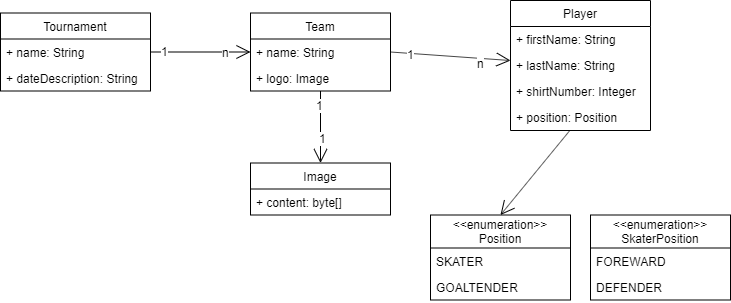
The draw.io diagram documentation/ysg-manager_class-diagram.png in lukas99/ysg-manager, before a commit. Source tidied: cells renumbered, new cells last; positions are measured from the earlier drawing's top-left corner, leaving out a move shared by most shapes.
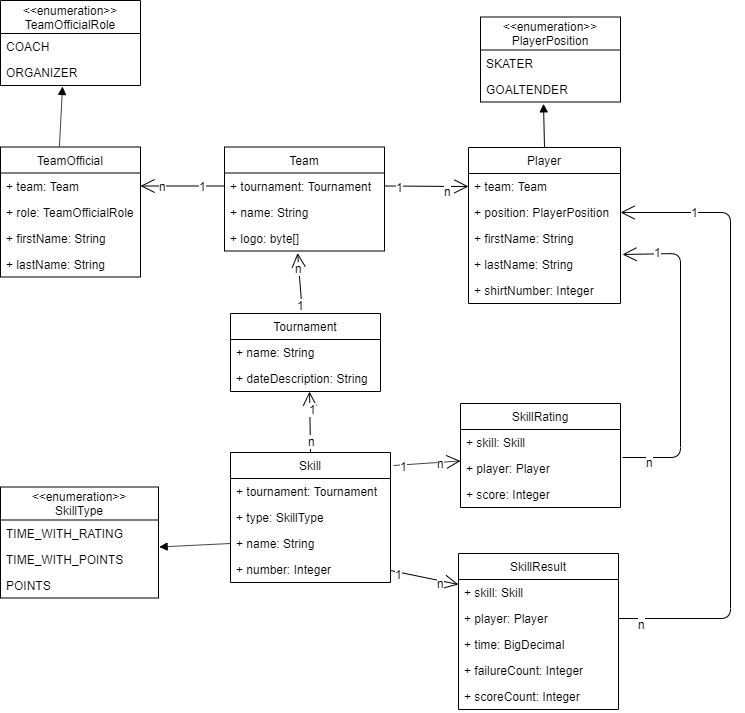
The same diagram one commit later.

Commit message:
skill types added to class diagram

What changed in the source:
```diff
@@ -3,7 +3,7 @@
     <mxCell id="0" />
     <mxCell id="1" parent="0" />
     <mxCell id="2" value="Tournament" style="swimlane;fontStyle=0;horizontal=1;startSize=26;fillColor=none;" parent="1" vertex="1">
-      <mxGeometry y="12.5" width="150" height="78" as="geometry" />
+      <mxGeometry x="270" y="343" width="150" height="78" as="geometry" />
     </mxCell>
     <mxCell id="3" value="+ name: String" style="text;strokeColor=none;fillColor=none;align=left;verticalAlign=top;spacingLeft=4;spacingRight=4;overflow=hidden;" parent="2" vertex="1">
       <mxGeometry y="26" width="150" height="26" as="geometry" />
@@ -12,36 +12,36 @@
       <mxGeometry y="52" width="150" height="26" as="geometry" />
     </mxCell>
     <mxCell id="5" value="Team" style="swimlane;fontStyle=0;horizontal=1;startSize=26;fillColor=none;" parent="1" vertex="1">
-      <mxGeometry x="250" y="12.5" width="140" height="78" as="geometry" />
+      <mxGeometry x="264" y="176.5" width="160" height="104" as="geometry" />
     </mxCell>
-    <mxCell id="6" value="+ name: String" style="text;strokeColor=none;fillColor=none;align=left;verticalAlign=top;spacingLeft=4;spacingRight=4;overflow=hidden;points=[[0,0.5],[1,0.5]];portConstraint=eastwest;" parent="5" vertex="1">
-      <mxGeometry y="26" width="140" height="26" as="geometry" />
+    <mxCell id="6" value="+ tournament: Tournament" style="text;strokeColor=none;fillColor=none;align=left;verticalAlign=top;spacingLeft=4;spacingRight=4;overflow=hidden;points=[[0,0.5],[1,0.5]];portConstraint=eastwest;" parent="5" vertex="1">
+      <mxGeometry y="26" width="160" height="26" as="geometry" />
     </mxCell>
+    <mxCell id="31" value="+ name: String" style="text;strokeColor=none;fillColor=none;align=left;verticalAlign=top;spacingLeft=4;spacingRight=4;overflow=hidden;" parent="5" vertex="1">
+      <mxGeometry y="52" width="160" height="26" as="geometry" />
+    </mxCell>
-    <mxCell id="7" value="+ logo: Image" style="text;strokeColor=none;fillColor=none;align=left;verticalAlign=top;spacingLeft=4;spacingRight=4;overflow=hidden;points=[[0,0.5],[1,0.5]];portConstraint=eastwest;" parent="5" vertex="1">
-      <mxGeometry y="52" width="140" height="26" as="geometry" />
+    <mxCell id="7" value="+ logo: byte[]" style="text;strokeColor=none;fillColor=none;align=left;verticalAlign=top;spacingLeft=4;spacingRight=4;overflow=hidden;points=[[0,0.5],[1,0.5]];portConstraint=eastwest;" parent="5" vertex="1">
+      <mxGeometry y="78" width="160" height="26" as="geometry" />
     </mxCell>
     <mxCell id="8" value="Player" style="swimlane;fontStyle=0;horizontal=1;startSize=26;fillColor=none;" parent="1" vertex="1">
-      <mxGeometry x="510" width="140" height="130" as="geometry" />
+      <mxGeometry x="508" y="177" width="152" height="156" as="geometry" />
     </mxCell>
-    <mxCell id="9" value="+ firstName: String" style="text;strokeColor=none;fillColor=none;align=left;verticalAlign=top;spacingLeft=4;spacingRight=4;overflow=hidden;points=[[0,0.5],[1,0.5]];portConstraint=eastwest;" parent="8" vertex="1">
-      <mxGeometry y="26" width="140" height="26" as="geometry" />
+    <mxCell id="9" value="+ team: Team" style="text;strokeColor=none;fillColor=none;align=left;verticalAlign=top;spacingLeft=4;spacingRight=4;overflow=hidden;points=[[0,0.5],[1,0.5]];portConstraint=eastwest;" parent="8" vertex="1">
+      <mxGeometry y="26" width="152" height="26" as="geometry" />
     </mxCell>
+    <mxCell id="32" value="+ position: PlayerPosition" style="text;strokeColor=none;fillColor=none;align=left;verticalAlign=top;spacingLeft=4;spacingRight=4;overflow=hidden;points=[[0,0.5],[1,0.5]];portConstraint=eastwest;" parent="8" vertex="1">
+      <mxGeometry y="52" width="152" height="26" as="geometry" />
+    </mxCell>
+    <mxCell id="33" value="+ firstName: String" style="text;strokeColor=none;fillColor=none;align=left;verticalAlign=top;spacingLeft=4;spacingRight=4;overflow=hidden;" parent="8" vertex="1">
+      <mxGeometry y="78" width="152" height="26" as="geometry" />
+    </mxCell>
     <mxCell id="10" value="+ lastName: String" style="text;strokeColor=none;fillColor=none;align=left;verticalAlign=top;spacingLeft=4;spacingRight=4;overflow=hidden;points=[[0,0.5],[1,0.5]];portConstraint=eastwest;" parent="8" vertex="1">
-      <mxGeometry y="52" width="140" height="26" as="geometry" />
+      <mxGeometry y="104" width="152" height="26" as="geometry" />
     </mxCell>
     <mxCell id="11" value="+ shirtNumber: Integer" style="text;strokeColor=none;fillColor=none;align=left;verticalAlign=top;spacingLeft=4;spacingRight=4;overflow=hidden;" parent="8" vertex="1">
-      <mxGeometry y="78" width="140" height="26" as="geometry" />
+      <mxGeometry y="130" width="152" height="26" as="geometry" />
     </mxCell>
-    <mxCell id="12" value="+ position: Position" style="text;strokeColor=none;fillColor=none;align=left;verticalAlign=top;spacingLeft=4;spacingRight=4;overflow=hidden;points=[[0,0.5],[1,0.5]];portConstraint=eastwest;" parent="8" vertex="1">
-      <mxGeometry y="104" width="140" height="26" as="geometry" />
-    </mxCell>
-    <mxCell id="13" value="Image" style="swimlane;fontStyle=0;horizontal=1;startSize=26;fillColor=none;" parent="1" vertex="1">
-      <mxGeometry x="250" y="162.5" width="140" height="52" as="geometry" />
-    </mxCell>
-    <mxCell id="14" value="+ content: byte[]" style="text;strokeColor=none;fillColor=none;align=left;verticalAlign=top;spacingLeft=4;spacingRight=4;overflow=hidden;" parent="13" vertex="1">
-      <mxGeometry y="26" width="140" height="26" as="geometry" />
-    </mxCell>
-    <mxCell id="15" style="endArrow=open;endFill=1;endSize=12;html=1;entryX=0;entryY=0.5;entryDx=0;entryDy=0;" parent="1" edge="1" source="2" target="6">
+    <mxCell id="15" style="endArrow=open;endFill=1;endSize=12;html=1;entryX=0.457;entryY=1.077;entryDx=0;entryDy=0;entryPerimeter=0;" parent="1" edge="1" source="2" target="7">
       <mxGeometry relative="1" as="geometry" />
     </mxCell>
     <mxCell id="16" value="n" style="text;html=1;align=center;verticalAlign=middle;labelBackgroundColor=#ffffff;" parent="15" vertex="1">
@@ -50,7 +50,7 @@
     <mxCell id="17" value="1" style="text;html=1;align=center;verticalAlign=middle;labelBackgroundColor=#ffffff;" parent="15" vertex="1">
       <mxGeometry x="-0.72" y="1" relative="1" as="geometry" />
     </mxCell>
-    <mxCell id="18" style="endArrow=open;endFill=1;endSize=12;html=1;exitX=1;exitY=0.5;exitDx=0;exitDy=0;" parent="1" edge="1" source="6" target="8">
+    <mxCell id="18" style="endArrow=open;endFill=1;endSize=12;html=1;exitX=1;exitY=0.5;exitDx=0;exitDy=0;entryX=0;entryY=0.5;entryDx=0;entryDy=0;" parent="1" edge="1" source="6" target="9">
       <mxGeometry relative="1" as="geometry" />
     </mxCell>
     <mxCell id="19" value="1" style="text;html=1;align=center;verticalAlign=middle;labelBackgroundColor=#ffffff;" parent="18" vertex="1">
@@ -63,19 +63,8 @@
         <mxPoint x="1.5" y="4" as="offset" />
       </mxGeometry>
     </mxCell>
-    <mxCell id="21" style="endArrow=open;endFill=1;endSize=12;html=1;entryX=0.5;entryY=0;entryDx=0;entryDy=0;" parent="1" edge="1" source="5" target="13">
-      <mxGeometry relative="1" as="geometry" />
-    </mxCell>
-    <mxCell id="22" value="1" style="text;html=1;align=center;verticalAlign=middle;labelBackgroundColor=#ffffff;" parent="21" vertex="1">
-      <mxGeometry x="-0.61" y="-1" relative="1" as="geometry" />
-    </mxCell>
-    <mxCell id="23" value="1" style="text;html=1;align=center;verticalAlign=middle;labelBackgroundColor=#ffffff;" parent="21" vertex="1">
-      <mxGeometry x="0.44" y="2" relative="1" as="geometry">
-        <mxPoint y="-5" as="offset" />
-      </mxGeometry>
-    </mxCell>
-    <mxCell id="24" value="&lt;&lt;enumeration&gt;&gt;&#10;Position" style="swimlane;fontStyle=0;horizontal=1;startSize=33;fillColor=none;" parent="1" vertex="1">
-      <mxGeometry x="430" y="214.5" width="140" height="85" as="geometry" />
+    <mxCell id="24" value="&lt;&lt;enumeration&gt;&gt;&#10;PlayerPosition" style="swimlane;fontStyle=0;horizontal=1;startSize=33;fillColor=none;" parent="1" vertex="1">
+      <mxGeometry x="520" y="46.5" width="140" height="85" as="geometry" />
     </mxCell>
     <mxCell id="25" value="SKATER" style="text;strokeColor=none;fillColor=none;align=left;verticalAlign=top;spacingLeft=4;spacingRight=4;overflow=hidden;" parent="24" vertex="1">
       <mxGeometry y="33" width="140" height="26" as="geometry" />
@@ -83,17 +72,167 @@
     <mxCell id="26" value="GOALTENDER" style="text;strokeColor=none;fillColor=none;align=left;verticalAlign=top;spacingLeft=4;spacingRight=4;overflow=hidden;points=[[0,0.5],[1,0.5]];portConstraint=eastwest;" parent="24" vertex="1">
       <mxGeometry y="59" width="140" height="26" as="geometry" />
     </mxCell>
-    <mxCell id="27" value="&lt;&lt;enumeration&gt;&gt;&#10;SkaterPosition" style="swimlane;fontStyle=0;horizontal=1;startSize=33;fillColor=none;" parent="1" vertex="1">
-      <mxGeometry x="590" y="214.5" width="140" height="85" as="geometry" />
-    </mxCell>
-    <mxCell id="28" value="FOREWARD" style="text;strokeColor=none;fillColor=none;align=left;verticalAlign=top;spacingLeft=4;spacingRight=4;overflow=hidden;" parent="27" vertex="1">
-      <mxGeometry y="33" width="140" height="26" as="geometry" />
-    </mxCell>
-    <mxCell id="29" value="DEFENDER" style="text;strokeColor=none;fillColor=none;align=left;verticalAlign=top;spacingLeft=4;spacingRight=4;overflow=hidden;" parent="27" vertex="1">
-      <mxGeometry y="59" width="140" height="26" as="geometry" />
-    </mxCell>
-    <mxCell id="30" style="endArrow=open;endFill=1;endSize=12;html=1;entryX=0.5;entryY=0;entryDx=0;entryDy=0;" parent="1" edge="1" source="12" target="24">
-      <mxGeometry relative="1" as="geometry" />
-    </mxCell>
+    <mxCell id="34" value="Skill" style="swimlane;fontStyle=0;horizontal=1;startSize=26;fillColor=none;" parent="1" vertex="1">
+      <mxGeometry x="270" y="482" width="160" height="130" as="geometry" />
+    </mxCell>
+    <mxCell id="35" value="+ tournament: Tournament" style="text;strokeColor=none;fillColor=none;align=left;verticalAlign=top;spacingLeft=4;spacingRight=4;overflow=hidden;" parent="34" vertex="1">
+      <mxGeometry y="26" width="160" height="26" as="geometry" />
+    </mxCell>
+    <mxCell id="36" value="+ type: SkillType" style="text;strokeColor=none;fillColor=none;align=left;verticalAlign=top;spacingLeft=4;spacingRight=4;overflow=hidden;" parent="34" vertex="1">
+      <mxGeometry y="52" width="160" height="26" as="geometry" />
+    </mxCell>
+    <mxCell id="37" value="+ name: String" style="text;strokeColor=none;fillColor=none;align=left;verticalAlign=top;spacingLeft=4;spacingRight=4;overflow=hidden;points=[[0,0.5],[1,0.5]];portConstraint=eastwest;" parent="34" vertex="1">
+      <mxGeometry y="78" width="160" height="26" as="geometry" />
+    </mxCell>
+    <mxCell id="38" value="+ number: Integer" style="text;strokeColor=none;fillColor=none;align=left;verticalAlign=top;spacingLeft=4;spacingRight=4;overflow=hidden;" parent="34" vertex="1">
+      <mxGeometry y="104" width="160" height="26" as="geometry" />
+    </mxCell>
+    <mxCell id="39" style="endArrow=open;endFill=1;endSize=12;html=1;exitX=0.5;exitY=0;exitDx=0;exitDy=0;entryX=0.527;entryY=1;entryDx=0;entryDy=0;entryPerimeter=0;" parent="1" edge="1" source="34" target="4">
+      <mxGeometry relative="1" as="geometry" />
+    </mxCell>
+    <mxCell id="40" value="1" style="text;html=1;align=center;verticalAlign=middle;labelBackgroundColor=#ffffff;" parent="39" vertex="1">
+      <mxGeometry x="0.41" y="-3" relative="1" as="geometry" />
+    </mxCell>
+    <mxCell id="41" value="n" style="text;html=1;align=center;verticalAlign=middle;labelBackgroundColor=#ffffff;" parent="39" vertex="1">
+      <mxGeometry x="-0.64" y="-1" relative="1" as="geometry" />
+    </mxCell>
+    <mxCell id="42" value="&lt;&lt;enumeration&gt;&gt;&#10;SkillType" style="swimlane;fontStyle=0;horizontal=1;startSize=33;fillColor=none;" parent="1" vertex="1">
+      <mxGeometry x="40" y="516.5" width="158" height="111" as="geometry" />
+    </mxCell>
+    <mxCell id="43" value="TIME_WITH_RATING" style="text;strokeColor=none;fillColor=none;align=left;verticalAlign=top;spacingLeft=4;spacingRight=4;overflow=hidden;" parent="42" vertex="1">
+      <mxGeometry y="33" width="158" height="26" as="geometry" />
+    </mxCell>
+    <mxCell id="44" value="TIME_WITH_POINTS" style="text;strokeColor=none;fillColor=none;align=left;verticalAlign=top;spacingLeft=4;spacingRight=4;overflow=hidden;points=[[0,0.5],[1,0.5]];portConstraint=eastwest;" parent="42" vertex="1">
+      <mxGeometry y="59" width="158" height="26" as="geometry" />
+    </mxCell>
+    <mxCell id="45" value="POINTS" style="text;strokeColor=none;fillColor=none;align=left;verticalAlign=top;spacingLeft=4;spacingRight=4;overflow=hidden;" parent="42" vertex="1">
+      <mxGeometry y="85" width="158" height="26" as="geometry" />
+    </mxCell>
+    <mxCell id="46" style="html=1;verticalAlign=bottom;endArrow=block;exitX=0;exitY=0.5;exitDx=0;exitDy=0;entryX=1.004;entryY=0.038;entryDx=0;entryDy=0;entryPerimeter=0;" parent="1" edge="1" source="37" target="44">
+      <mxGeometry relative="1" as="geometry" />
+    </mxCell>
+    <mxCell id="47" value="SkillResult" style="swimlane;fontStyle=0;horizontal=1;startSize=26;fillColor=none;" parent="1" vertex="1">
+      <mxGeometry x="498" y="583" width="160" height="156" as="geometry" />
+    </mxCell>
+    <mxCell id="48" value="+ skill: Skill" style="text;strokeColor=none;fillColor=none;align=left;verticalAlign=top;spacingLeft=4;spacingRight=4;overflow=hidden;points=[[0,0.5],[1,0.5]];portConstraint=eastwest;" parent="47" vertex="1">
+      <mxGeometry y="26" width="160" height="26" as="geometry" />
+    </mxCell>
+    <mxCell id="49" value="+ player: Player" style="text;strokeColor=none;fillColor=none;align=left;verticalAlign=top;spacingLeft=4;spacingRight=4;overflow=hidden;points=[[0,0.5],[1,0.5]];portConstraint=eastwest;" parent="47" vertex="1">
+      <mxGeometry y="52" width="160" height="26" as="geometry" />
+    </mxCell>
+    <mxCell id="50" value="+ time: BigDecimal" style="text;strokeColor=none;fillColor=none;align=left;verticalAlign=top;spacingLeft=4;spacingRight=4;overflow=hidden;" parent="47" vertex="1">
+      <mxGeometry y="78" width="160" height="26" as="geometry" />
+    </mxCell>
+    <mxCell id="51" value="+ failureCount: Integer" style="text;strokeColor=none;fillColor=none;align=left;verticalAlign=top;spacingLeft=4;spacingRight=4;overflow=hidden;" parent="47" vertex="1">
+      <mxGeometry y="104" width="160" height="26" as="geometry" />
+    </mxCell>
+    <mxCell id="52" value="+ scoreCount: Integer" style="text;strokeColor=none;fillColor=none;align=left;verticalAlign=top;spacingLeft=4;spacingRight=4;overflow=hidden;" parent="47" vertex="1">
+      <mxGeometry y="130" width="160" height="26" as="geometry" />
+    </mxCell>
+    <mxCell id="53" value="SkillRating" style="swimlane;fontStyle=0;horizontal=1;startSize=26;fillColor=none;" parent="1" vertex="1">
+      <mxGeometry x="500" y="433" width="160" height="104" as="geometry" />
+    </mxCell>
+    <mxCell id="54" value="+ skill: Skill" style="text;strokeColor=none;fillColor=none;align=left;verticalAlign=top;spacingLeft=4;spacingRight=4;overflow=hidden;" parent="53" vertex="1">
+      <mxGeometry y="26" width="160" height="26" as="geometry" />
+    </mxCell>
+    <mxCell id="55" value="+ player: Player" style="text;strokeColor=none;fillColor=none;align=left;verticalAlign=top;spacingLeft=4;spacingRight=4;overflow=hidden;points=[[0,0.5],[1,0.5]];portConstraint=eastwest;" parent="53" vertex="1">
+      <mxGeometry y="52" width="160" height="26" as="geometry" />
+    </mxCell>
+    <mxCell id="56" value="+ score: Integer" style="text;strokeColor=none;fillColor=none;align=left;verticalAlign=top;spacingLeft=4;spacingRight=4;overflow=hidden;" parent="53" vertex="1">
+      <mxGeometry y="78" width="160" height="26" as="geometry" />
+    </mxCell>
+    <mxCell id="57" style="endArrow=open;endFill=1;endSize=12;html=1;entryX=0;entryY=0.192;entryDx=0;entryDy=0;entryPerimeter=0;" parent="1" edge="1" target="48">
+      <mxGeometry relative="1" as="geometry">
+        <mxPoint x="430" y="600" as="sourcePoint" />
+      </mxGeometry>
+    </mxCell>
+    <mxCell id="58" value="1" style="text;html=1;align=center;verticalAlign=middle;labelBackgroundColor=#ffffff;" parent="57" vertex="1">
+      <mxGeometry x="-0.73" y="-2" relative="1" as="geometry" />
+    </mxCell>
+    <mxCell id="59" value="n" style="text;html=1;align=center;verticalAlign=middle;labelBackgroundColor=#ffffff;" parent="57" vertex="1">
+      <mxGeometry x="0.55" y="-3" relative="1" as="geometry">
+        <mxPoint x="-2.5" y="-1" as="offset" />
+      </mxGeometry>
+    </mxCell>
+    <mxCell id="60" style="endArrow=open;endFill=1;endSize=12;html=1;exitX=1.019;exitY=0.1;exitDx=0;exitDy=0;exitPerimeter=0;" parent="1" edge="1" source="34" target="53">
+      <mxGeometry relative="1" as="geometry" />
+    </mxCell>
+    <mxCell id="61" value="1" style="text;html=1;align=center;verticalAlign=middle;labelBackgroundColor=#ffffff;" parent="60" vertex="1">
+      <mxGeometry x="-0.69" y="-1" relative="1" as="geometry" />
+    </mxCell>
+    <mxCell id="62" value="n" style="text;html=1;align=center;verticalAlign=middle;labelBackgroundColor=#ffffff;" parent="60" vertex="1">
+      <mxGeometry x="0.57" relative="1" as="geometry">
+        <mxPoint x="-6" y="1.5" as="offset" />
+      </mxGeometry>
+    </mxCell>
+    <mxCell id="63" value="TeamOfficial" style="swimlane;fontStyle=0;horizontal=1;startSize=26;fillColor=none;" parent="1" vertex="1">
+      <mxGeometry x="40" y="176.5" width="140" height="130" as="geometry" />
+    </mxCell>
+    <mxCell id="64" value="+ team: Team" style="text;strokeColor=none;fillColor=none;align=left;verticalAlign=top;spacingLeft=4;spacingRight=4;overflow=hidden;points=[[0,0.5],[1,0.5]];portConstraint=eastwest;" parent="63" vertex="1">
+      <mxGeometry y="26" width="140" height="26" as="geometry" />
+    </mxCell>
+    <mxCell id="65" value="+ role: TeamOfficialRole" style="text;strokeColor=none;fillColor=none;align=left;verticalAlign=top;spacingLeft=4;spacingRight=4;overflow=hidden;" parent="63" vertex="1">
+      <mxGeometry y="52" width="140" height="26" as="geometry" />
+    </mxCell>
+    <mxCell id="66" value="+ firstName: String" style="text;strokeColor=none;fillColor=none;align=left;verticalAlign=top;spacingLeft=4;spacingRight=4;overflow=hidden;" parent="63" vertex="1">
+      <mxGeometry y="78" width="140" height="26" as="geometry" />
+    </mxCell>
+    <mxCell id="67" value="+ lastName: String" style="text;strokeColor=none;fillColor=none;align=left;verticalAlign=top;spacingLeft=4;spacingRight=4;overflow=hidden;" parent="63" vertex="1">
+      <mxGeometry y="104" width="140" height="26" as="geometry" />
+    </mxCell>
+    <mxCell id="68" value="&lt;&lt;enumeration&gt;&gt;&#10;TeamOfficialRole" style="swimlane;fontStyle=0;horizontal=1;startSize=33;fillColor=none;" parent="1" vertex="1">
+      <mxGeometry x="40" y="30" width="140" height="85" as="geometry" />
+    </mxCell>
+    <mxCell id="69" value="COACH" style="text;strokeColor=none;fillColor=none;align=left;verticalAlign=top;spacingLeft=4;spacingRight=4;overflow=hidden;" parent="68" vertex="1">
+      <mxGeometry y="33" width="140" height="26" as="geometry" />
+    </mxCell>
+    <mxCell id="70" value="ORGANIZER" style="text;strokeColor=none;fillColor=none;align=left;verticalAlign=top;spacingLeft=4;spacingRight=4;overflow=hidden;points=[[0,0.5],[1,0.5]];portConstraint=eastwest;" parent="68" vertex="1">
+      <mxGeometry y="59" width="140" height="26" as="geometry" />
+    </mxCell>
+    <mxCell id="71" style="html=1;verticalAlign=bottom;endArrow=block;exitX=0.421;exitY=-0.005;exitDx=0;exitDy=0;exitPerimeter=0;entryX=0.443;entryY=1.038;entryDx=0;entryDy=0;entryPerimeter=0;" parent="1" edge="1" source="63" target="70">
+      <mxGeometry relative="1" as="geometry" />
+    </mxCell>
+    <mxCell id="72" style="endArrow=open;endFill=1;endSize=12;html=1;entryX=1;entryY=0.5;entryDx=0;entryDy=0;exitX=0;exitY=0.5;exitDx=0;exitDy=0;" parent="1" edge="1" source="6" target="64">
+      <mxGeometry relative="1" as="geometry" />
+    </mxCell>
+    <mxCell id="73" value="1" style="text;html=1;align=center;verticalAlign=middle;labelBackgroundColor=#ffffff;" parent="72" vertex="1">
+      <mxGeometry x="-0.49" relative="1" as="geometry" />
+    </mxCell>
+    <mxCell id="74" value="n" style="text;html=1;align=center;verticalAlign=middle;labelBackgroundColor=#ffffff;" parent="72" vertex="1">
+      <mxGeometry x="0.49" relative="1" as="geometry" />
+    </mxCell>
+    <mxCell id="75" style="html=1;verticalAlign=bottom;endArrow=block;exitX=0.5;exitY=0;exitDx=0;exitDy=0;entryX=0.45;entryY=1.071;entryDx=0;entryDy=0;entryPerimeter=0;" parent="1" edge="1" source="8" target="26">
+      <mxGeometry relative="1" as="geometry" />
+    </mxCell>
+    <mxCell id="76" style="endArrow=open;endFill=1;endSize=12;html=1;exitX=1.013;exitY=0.077;exitDx=0;exitDy=0;exitPerimeter=0;entryX=1.013;entryY=0.115;entryDx=0;entryDy=0;entryPerimeter=0;" parent="1" edge="1" source="55" target="10">
+      <mxGeometry relative="1" as="geometry">
+        <Array as="points">
+          <mxPoint x="720" y="487" />
+          <mxPoint x="720" y="283" />
+        </Array>
+      </mxGeometry>
+    </mxCell>
+    <mxCell id="77" value="1" style="text;html=1;align=center;verticalAlign=middle;labelBackgroundColor=#ffffff;" parent="76" vertex="1">
+      <mxGeometry x="0.78" y="-2" relative="1" as="geometry" />
+    </mxCell>
+    <mxCell id="78" value="n" style="text;html=1;align=center;verticalAlign=middle;labelBackgroundColor=#ffffff;" parent="76" vertex="1">
+      <mxGeometry x="-0.83" y="-4" relative="1" as="geometry" />
+    </mxCell>
+    <mxCell id="79" style="endArrow=open;endFill=1;endSize=12;html=1;exitX=1;exitY=0.5;exitDx=0;exitDy=0;entryX=1;entryY=0.5;entryDx=0;entryDy=0;" parent="1" edge="1" source="49" target="32">
+      <mxGeometry relative="1" as="geometry">
+        <Array as="points">
+          <mxPoint x="770" y="648" />
+          <mxPoint x="770" y="242" />
+        </Array>
+      </mxGeometry>
+    </mxCell>
+    <mxCell id="80" value="1" style="text;html=1;align=center;verticalAlign=middle;labelBackgroundColor=#ffffff;" parent="79" vertex="1">
+      <mxGeometry x="0.77" y="-1" relative="1" as="geometry" />
+    </mxCell>
+    <mxCell id="81" value="n" style="text;html=1;align=center;verticalAlign=middle;labelBackgroundColor=#ffffff;" parent="79" vertex="1">
+      <mxGeometry x="-0.88" y="-1" relative="1" as="geometry">
+        <mxPoint x="-14" y="4" as="offset" />
+      </mxGeometry>
+    </mxCell>
   </root>
 </mxGraphModel>
```
